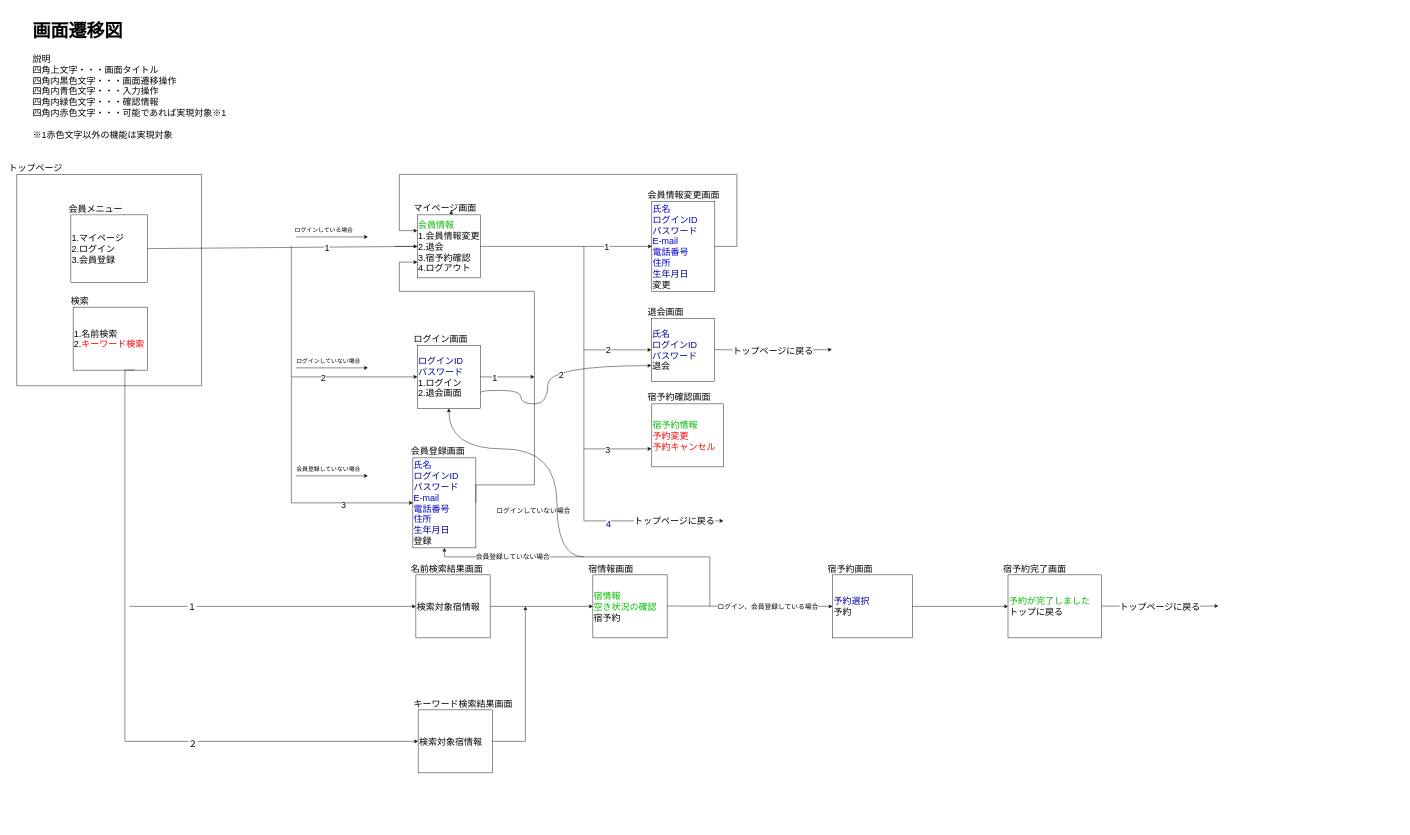
Earlier version of the draw.io diagram レビュー用ファイル/画面遷移図ユーザ視点.drawio (2022java42-student006/document). Source tidied: cells renumbered, new cells numbered last; positions are measured from the earlier drawing's top-left corner, leaving out a move shared by most shapes. Both pictures are drawn from the tidied source at 45%, with x=0, y=0 at pixel (8, 12).
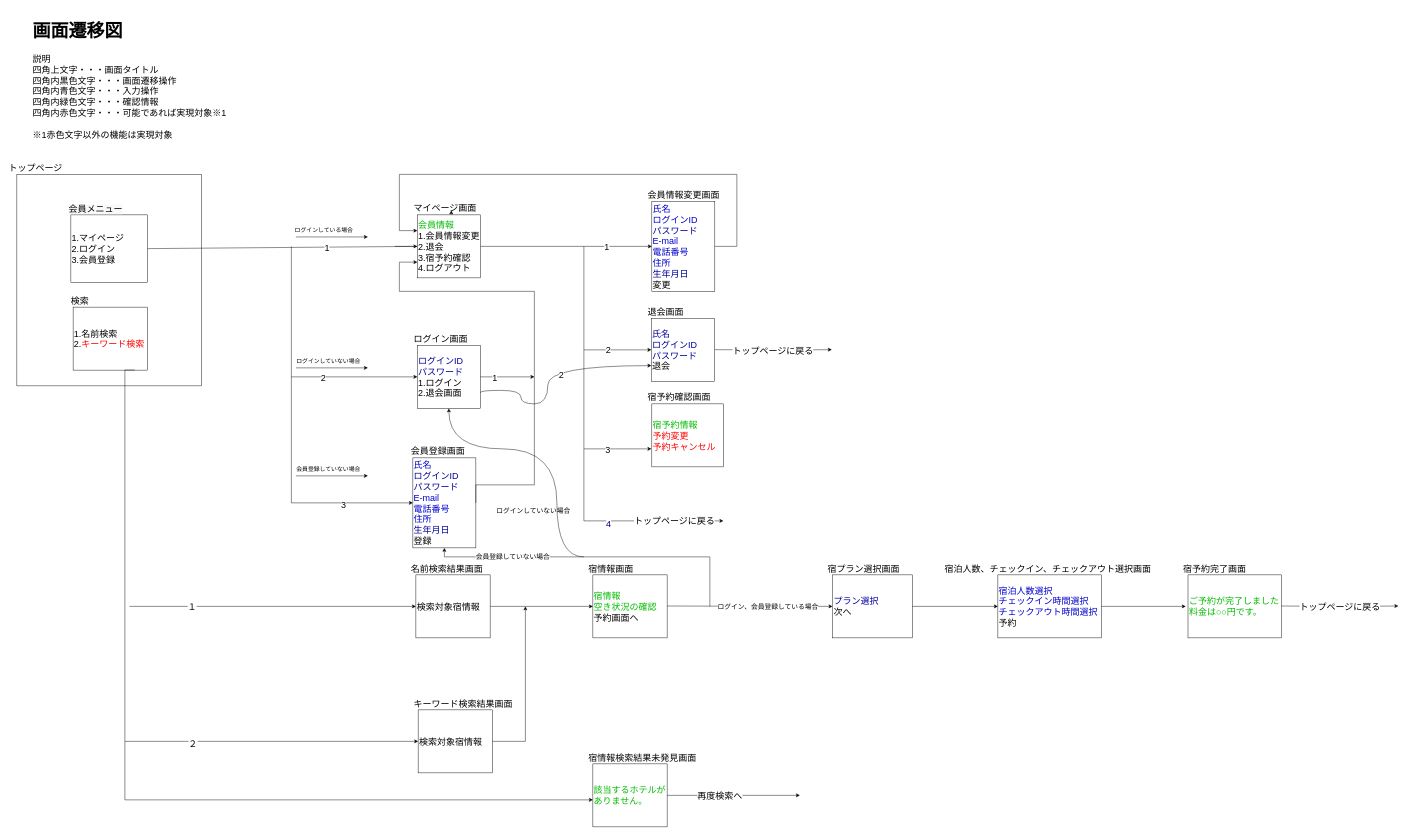
Above is the later version.

Commit message (it also covers changes not shown here):
予約画面のプラン選択と人数選択とチェックイン、アウト時間を追加しました。

What changed in the source:
```diff
@@
-    <mxCell id="55" value="&lt;font color=&quot;#00bb00&quot;&gt;宿情報&lt;/font&gt;&lt;br&gt;&lt;font color=&quot;#00bb00&quot;&gt;空き状況の確認&lt;/font&gt;&lt;br&gt;宿予約" style="rounded=0;whiteSpace=wrap;html=1;fontSize=20;align=left;" parent="1" vertex="1">
+    <mxCell id="55" value="&lt;font color=&quot;#00bb00&quot;&gt;宿情報&lt;/font&gt;&lt;br&gt;&lt;font color=&quot;#00bb00&quot;&gt;空き状況の確認&lt;/font&gt;&lt;br&gt;予約画面へ" style="rounded=0;whiteSpace=wrap;html=1;fontSize=20;align=left;" parent="1" vertex="1">
       <mxGeometry x="1300" y="1250" width="165" height="140" as="geometry" />
     </mxCell>
@@
-    <mxCell id="57" value="&lt;font color=&quot;#000099&quot;&gt;予約選択&lt;/font&gt;&lt;br&gt;予約" style="rounded=0;whiteSpace=wrap;html=1;fontSize=20;align=left;" parent="1" vertex="1">
+    <mxCell id="57" value="&lt;font color=&quot;#000099&quot;&gt;プラン選択&lt;/font&gt;&lt;br&gt;次へ" style="rounded=0;whiteSpace=wrap;html=1;fontSize=20;align=left;" parent="1" vertex="1">
       <mxGeometry x="1832.5" y="1250" width="177.5" height="140" as="geometry" />
     </mxCell>
-    <mxCell id="58" value="宿予約画面" style="text;html=1;strokeColor=none;fillColor=none;align=left;verticalAlign=middle;whiteSpace=wrap;rounded=0;fontSize=20;" parent="1" vertex="1">
+    <mxCell id="58" value="宿プラン選択画面" style="text;html=1;strokeColor=none;fillColor=none;align=left;verticalAlign=middle;whiteSpace=wrap;rounded=0;fontSize=20;" parent="1" vertex="1">
       <mxGeometry x="1820" y="1220" width="190" height="30" as="geometry" />
     </mxCell>
@@
-    <mxCell id="61" value="&lt;font color=&quot;#00bb00&quot;&gt;予約が完了しました&lt;/font&gt;&lt;br&gt;トップに戻る" style="rounded=0;whiteSpace=wrap;html=1;fontSize=20;align=left;" parent="1" vertex="1">
-      <mxGeometry x="2222.5" y="1250" width="207.5" height="140" as="geometry" />
+    <mxCell id="61" value="&lt;font color=&quot;#00bb00&quot;&gt;ご予約が完了しました&lt;/font&gt;&lt;br&gt;&lt;font color=&quot;#00bb00&quot;&gt;料金は○○円です。&lt;/font&gt;" style="rounded=0;whiteSpace=wrap;html=1;fontSize=20;align=left;" parent="1" vertex="1">
+      <mxGeometry x="2622.5" y="1250" width="207.5" height="140" as="geometry" />
     </mxCell>
     <mxCell id="62" value="宿予約完了画面" style="text;html=1;strokeColor=none;fillColor=none;align=left;verticalAlign=middle;whiteSpace=wrap;rounded=0;fontSize=20;" parent="1" vertex="1">
-      <mxGeometry x="2210" y="1220" width="190" height="30" as="geometry" />
+      <mxGeometry x="2610" y="1220" width="190" height="30" as="geometry" />
     </mxCell>
-    <mxCell id="63" style="endArrow=classic;html=1;rounded=0;fontSize=20;fontColor=#00BB00;entryX=0;entryY=0.5;entryDx=0;entryDy=0;exitX=1;exitY=0.5;exitDx=0;exitDy=0;" parent="1" edge="1" source="57" target="61">
-      <mxGeometry relative="1" as="geometry" />
-    </mxCell>
     <mxCell id="64" style="endArrow=classic;html=1;rounded=0;fontSize=13;fontColor=#000000;elbow=vertical;" parent="1" edge="1">
       <mxGeometry relative="1" as="geometry">
-        <mxPoint x="2430" y="1319.2" as="sourcePoint" />
-        <mxPoint x="2690" y="1319.2" as="targetPoint" />
+        <mxPoint x="2830" y="1319.2" as="sourcePoint" />
+        <mxPoint x="3090" y="1319.2" as="targetPoint" />
         <Array as="points">
-          <mxPoint x="2570" y="1320.2" />
+          <mxPoint x="2970" y="1320.2" />
         </Array>
       </mxGeometry>
     </mxCell>
@@
+    <mxCell id="80" style="endArrow=classic;html=1;rounded=0;edgeStyle=orthogonalEdgeStyle;" parent="1" edge="1">
+      <mxGeometry relative="1" as="geometry">
+        <mxPoint x="260" y="1620" as="sourcePoint" />
+        <mxPoint x="1300" y="1750" as="targetPoint" />
+        <Array as="points">
+          <mxPoint x="260" y="1750" />
+          <mxPoint x="260" y="1750" />
+        </Array>
+      </mxGeometry>
+    </mxCell>
+    <mxCell id="81" value="&lt;font color=&quot;#00bb00&quot;&gt;該当するホテルがありません。&lt;/font&gt;" style="rounded=0;whiteSpace=wrap;html=1;fontSize=20;align=left;" parent="1" vertex="1">
+      <mxGeometry x="1300" y="1670" width="165" height="140" as="geometry" />
+    </mxCell>
+    <mxCell id="82" value="宿情報検索結果未発見画面" style="text;html=1;strokeColor=none;fillColor=none;align=left;verticalAlign=middle;whiteSpace=wrap;rounded=0;fontSize=20;" parent="1" vertex="1">
+      <mxGeometry x="1287.5" y="1640" width="252.5" height="30" as="geometry" />
+    </mxCell>
+    <mxCell id="83" style="endArrow=classic;html=1;rounded=0;fontColor=#00BB00;exitX=1;exitY=0.5;exitDx=0;exitDy=0;" parent="1" edge="1" source="81">
+      <mxGeometry relative="1" as="geometry">
+        <mxPoint x="1760" y="1740" as="targetPoint" />
+      </mxGeometry>
+    </mxCell>
+    <mxCell id="84" value="&lt;font style=&quot;font-size: 20px;&quot; color=&quot;#000000&quot;&gt;再度検索へ&lt;/font&gt;" style="edgeLabel;html=1;align=center;verticalAlign=middle;fontColor=#00BB00;" parent="83" vertex="1">
+      <mxGeometry x="-0.34" y="-5" relative="1" as="geometry">
+        <mxPoint x="19" y="-5" as="offset" />
+      </mxGeometry>
+    </mxCell>
+    <mxCell id="85" style="endArrow=classic;html=1;rounded=0;fontSize=20;fontColor=#00BB00;exitX=1;exitY=0.5;exitDx=0;exitDy=0;entryX=0;entryY=0.5;entryDx=0;entryDy=0;" parent="1" edge="1" target="86">
+      <mxGeometry relative="1" as="geometry">
+        <mxPoint x="2010" y="1320" as="sourcePoint" />
+      </mxGeometry>
+    </mxCell>
+    <mxCell id="86" value="&lt;font style=&quot;font-size: 20px;&quot;&gt;&lt;font color=&quot;#0000cc&quot;&gt;宿泊人数選択&lt;/font&gt;&lt;br&gt;&lt;font color=&quot;#0000cc&quot;&gt;チェックイン時間選択&lt;/font&gt;&lt;br&gt;&lt;font color=&quot;#0000cc&quot;&gt;チェックアウト時間選択&lt;/font&gt;&lt;br&gt;予約&lt;br&gt;&lt;/font&gt;" style="rounded=0;whiteSpace=wrap;html=1;align=left;" parent="1" vertex="1">
+      <mxGeometry x="2200" y="1250" width="230" height="140" as="geometry" />
+    </mxCell>
+    <mxCell id="87" value="宿泊人数、チェックイン、チェックアウト選択画面" style="text;html=1;strokeColor=none;fillColor=none;align=left;verticalAlign=middle;whiteSpace=wrap;rounded=0;fontSize=20;" parent="1" vertex="1">
+      <mxGeometry x="2080" y="1220" width="480" height="30" as="geometry" />
+    </mxCell>
+    <mxCell id="88" style="endArrow=classic;html=1;rounded=0;fontSize=20;fontColor=#000000;exitX=1;exitY=0.5;exitDx=0;exitDy=0;entryX=0;entryY=0.5;entryDx=0;entryDy=0;" parent="1" edge="1" source="86">
+      <mxGeometry relative="1" as="geometry">
+        <mxPoint x="2617.5" y="1320" as="targetPoint" />
+      </mxGeometry>
+    </mxCell>
```
